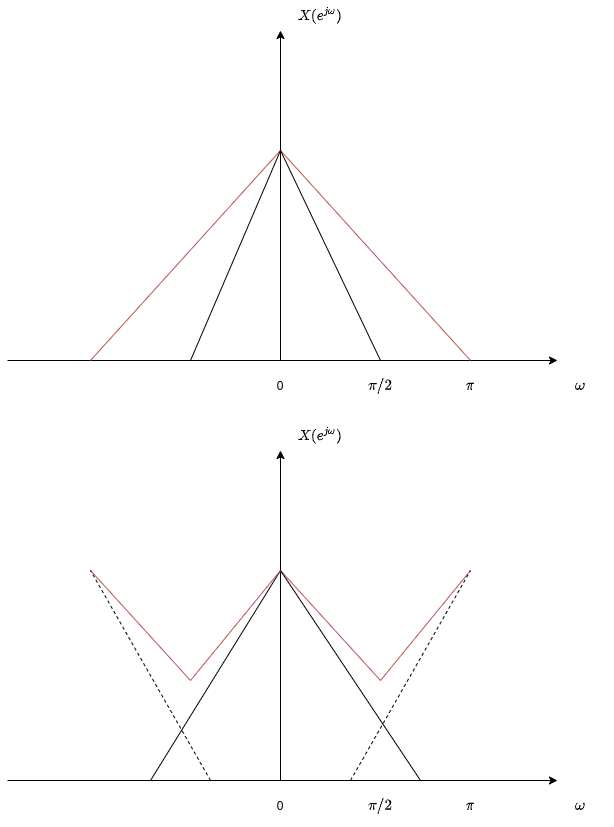
This is images/2021-11-09-subband_06.png from ClemensFMN/Journal, a draw.io export, as it was before one commit. Source tidied: cells renumbered, new cells last; positions are measured from the earlier drawing's top-left corner, leaving out a move shared by most shapes.
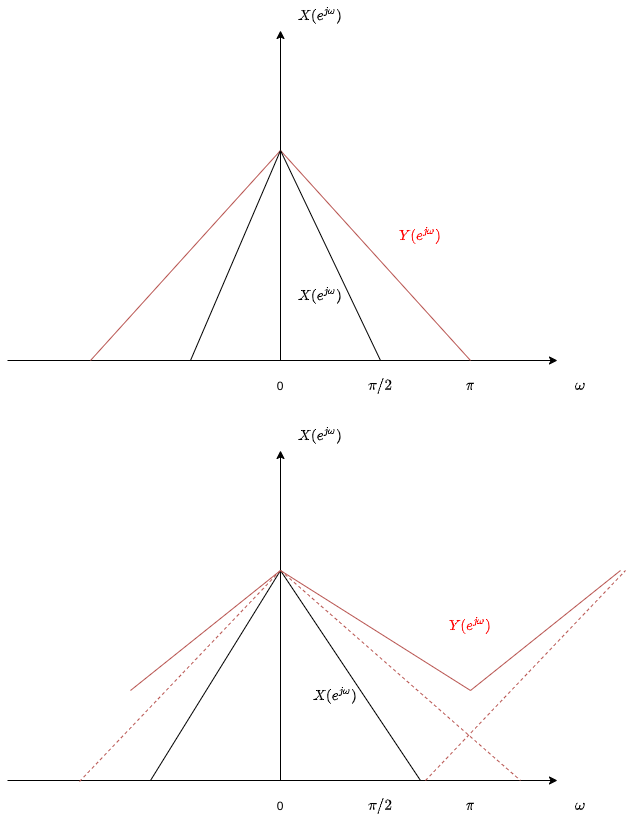
After the commit.

Commit message:
subband coding up/downsampling

Change to the diagram source:
```diff
@@ -67,7 +67,7 @@
     </mxCell>
     <mxCell id="15" style="endArrow=none;html=1;rounded=0;fillColor=#f8cecc;strokeColor=#b85450;" parent="1" edge="1">
       <mxGeometry relative="1" as="geometry">
-        <mxPoint x="373" y="680" as="sourcePoint" />
+        <mxPoint x="463" y="690" as="sourcePoint" />
         <mxPoint x="273" y="570" as="targetPoint" />
       </mxGeometry>
     </mxCell>
@@ -100,33 +100,45 @@
     </mxCell>
     <mxCell id="23" style="endArrow=none;html=1;rounded=0;fillColor=#f8cecc;strokeColor=#b85450;" parent="1" edge="1">
       <mxGeometry relative="1" as="geometry">
-        <mxPoint x="463" y="570" as="sourcePoint" />
-        <mxPoint x="373" y="680" as="targetPoint" />
+        <mxPoint x="613" y="570" as="sourcePoint" />
+        <mxPoint x="463" y="690" as="targetPoint" />
       </mxGeometry>
     </mxCell>
-    <mxCell id="24" style="endArrow=none;html=1;rounded=0;fillColor=#f8cecc;strokeColor=#b85450;" parent="1" edge="1">
-      <mxGeometry relative="1" as="geometry">
-        <mxPoint x="183" y="680" as="sourcePoint" />
-        <mxPoint x="83" y="570" as="targetPoint" />
-      </mxGeometry>
-    </mxCell>
-    <mxCell id="25" style="endArrow=none;html=1;rounded=0;fillColor=#f8cecc;strokeColor=#b85450;" parent="1" edge="1">
-      <mxGeometry relative="1" as="geometry">
-        <mxPoint x="273" y="570" as="sourcePoint" />
-        <mxPoint x="183" y="680" as="targetPoint" />
-      </mxGeometry>
-    </mxCell>
-    <mxCell id="26" style="endArrow=none;html=1;rounded=0;fillColor=#f8cecc;strokeColor=#000000;dashed=1;" parent="1" edge="1">
+    <mxCell id="26" style="endArrow=none;html=1;rounded=0;fillColor=#f8cecc;strokeColor=#b85450;dashed=1;" parent="1" edge="1">
       <mxGeometry relative="1" as="geometry">
-        <mxPoint x="343" y="780" as="sourcePoint" />
-        <mxPoint x="463" y="570" as="targetPoint" />
+        <mxPoint x="273" y="570" as="sourcePoint" />
+        <mxPoint x="513" y="780" as="targetPoint" />
       </mxGeometry>
     </mxCell>
-    <mxCell id="27" style="endArrow=none;html=1;rounded=0;fillColor=#f8cecc;strokeColor=#000000;dashed=1;" parent="1" edge="1">
-      <mxGeometry relative="1" as="geometry">
-        <mxPoint x="203" y="780" as="sourcePoint" />
-        <mxPoint x="83" y="570" as="targetPoint" />
-      </mxGeometry>
-    </mxCell>
+    <mxCell id="28" value="$$Y(e^{j \omega })$$" style="text;html=1;strokeColor=none;fillColor=none;align=center;verticalAlign=middle;whiteSpace=wrap;rounded=0;fontColor=#FF0000;" parent="1" vertex="1">
+      <mxGeometry x="383" y="220" width="60" height="30" as="geometry" />
+    </mxCell>
+    <mxCell id="29" value="$$X(e^{j \omega })$$" style="text;html=1;strokeColor=none;fillColor=none;align=center;verticalAlign=middle;whiteSpace=wrap;rounded=0;fontColor=#000000;" parent="1" vertex="1">
+      <mxGeometry x="283" y="280" width="60" height="30" as="geometry" />
+    </mxCell>
+    <mxCell id="30" value="$$X(e^{j \omega })$$" style="text;html=1;strokeColor=none;fillColor=none;align=center;verticalAlign=middle;whiteSpace=wrap;rounded=0;fontColor=#000000;" parent="1" vertex="1">
+      <mxGeometry x="298" y="680" width="60" height="30" as="geometry" />
+    </mxCell>
+    <mxCell id="31" value="$$Y(e^{j \omega })$$" style="text;html=1;strokeColor=none;fillColor=none;align=center;verticalAlign=middle;whiteSpace=wrap;rounded=0;fontColor=#FF0000;" parent="1" vertex="1">
+      <mxGeometry x="433" y="610" width="60" height="30" as="geometry" />
+    </mxCell>
+    <mxCell id="32" style="endArrow=none;html=1;rounded=0;fillColor=#f8cecc;strokeColor=#b85450;dashed=1;" parent="1" edge="1">
+      <mxGeometry relative="1" as="geometry">
+        <mxPoint x="418" y="780" as="sourcePoint" />
+        <mxPoint x="618" y="570" as="targetPoint" />
+      </mxGeometry>
+    </mxCell>
+    <mxCell id="33" style="endArrow=none;html=1;rounded=0;fillColor=#f8cecc;strokeColor=#b85450;" parent="1" edge="1">
+      <mxGeometry relative="1" as="geometry">
+        <mxPoint x="273" y="570" as="sourcePoint" />
+        <mxPoint x="123" y="690" as="targetPoint" />
+      </mxGeometry>
+    </mxCell>
+    <mxCell id="34" style="endArrow=none;html=1;rounded=0;fillColor=#f8cecc;strokeColor=#b85450;dashed=1;" parent="1" edge="1">
+      <mxGeometry relative="1" as="geometry">
+        <mxPoint x="72" y="781" as="sourcePoint" />
+        <mxPoint x="272" y="571" as="targetPoint" />
+      </mxGeometry>
+    </mxCell>
   </root>
 </mxGraphModel>
```
